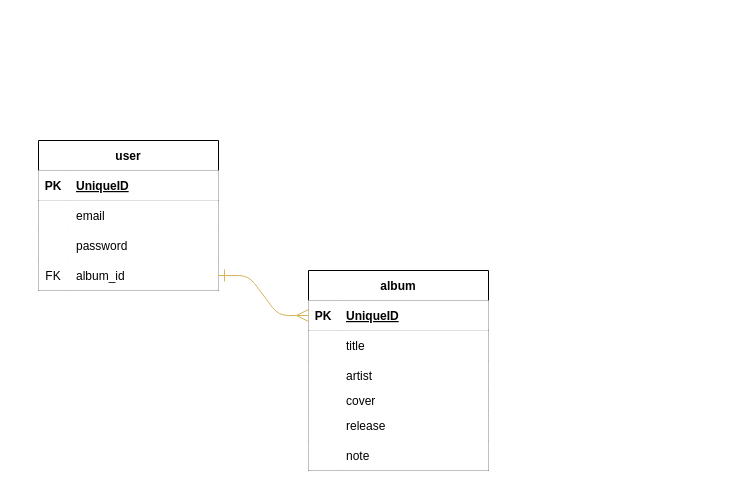
The draw.io diagram images/ERD.drawio in Tpalmer111/crispy-memory, before the edit. Source tidied: cells renumbered, new cells numbered last; positions are measured from the earlier drawing's top-left corner, leaving out a move shared by most shapes. Both pictures are drawn from the tidied source at 100%, with x=0, y=0 at pixel (38, 140).
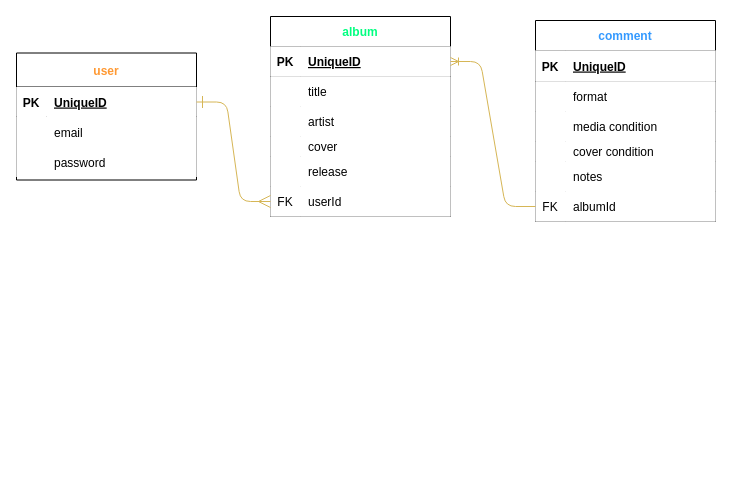
The same diagram, later.

The change refers to these unchanged cells:
```xml
<mxCell id="16" style="shape=partialRectangle;top=0;left=0;bottom=1;right=0;points=[[0,0.5],[1,0.5]];portConstraint=eastwest;" parent="15" vertex="1">
  <mxGeometry y="30" width="180" height="30" as="geometry" />
</mxCell>
<mxCell id="31" style="shape=partialRectangle;top=0;left=0;bottom=0;right=0;points=[[0,0.5],[1,0.5]];portConstraint=eastwest;" parent="15" vertex="1">
  <mxGeometry y="170" width="180" height="30" as="geometry" />
</mxCell>
```

Diff of the diagram source:
```diff
@@
-    <mxCell id="2" value="user" style="shape=table;startSize=30;childLayout=tableLayout;rowLines=0;fontStyle=1;align=center;" parent="1" vertex="1">
-      <mxGeometry width="180" height="150" as="geometry" />
+    <mxCell id="2" value="user" style="shape=table;startSize=34;childLayout=tableLayout;rowLines=0;fontStyle=1;align=center;fontColor=#FF9933;" parent="1" vertex="1">
+      <mxGeometry x="-22" y="-87.5" width="180" height="127" as="geometry" />
     </mxCell>
     <mxCell id="3" style="shape=partialRectangle;top=0;left=0;bottom=1;right=0;points=[[0,0.5],[1,0.5]];portConstraint=eastwest;" parent="2" vertex="1">
-      <mxGeometry y="30" width="180" height="30" as="geometry" />
+      <mxGeometry y="34" width="180" height="30" as="geometry" />
     </mxCell>
@@
     <mxCell id="6" style="shape=partialRectangle;top=0;left=0;bottom=0;right=0;" parent="2" vertex="1">
-      <mxGeometry y="60" width="180" height="30" as="geometry" />
+      <mxGeometry y="64" width="180" height="30" as="geometry" />
     </mxCell>
@@
     <mxCell id="9" style="shape=partialRectangle;top=0;left=0;bottom=0;right=0;" parent="2" vertex="1">
-      <mxGeometry y="90" width="180" height="30" as="geometry" />
+      <mxGeometry y="94" width="180" height="30" as="geometry" />
     </mxCell>
@@
-    <mxCell id="12" style="shape=partialRectangle;top=0;left=0;bottom=0;right=0;points=[[0,0.5],[1,0.5]];portConstraint=eastwest;" parent="2" vertex="1">
-      <mxGeometry y="120" width="180" height="30" as="geometry" />
-    </mxCell>
-    <mxCell id="13" value="FK" style="shape=partialRectangle;top=0;left=0;bottom=0;right=0;overflow=hidden;" parent="12" vertex="1">
-      <mxGeometry width="30" height="30" as="geometry" />
-    </mxCell>
-    <mxCell id="14" value="album_id" style="shape=partialRectangle;top=0;left=0;bottom=0;right=0;align=left;spacingLeft=6;overflow=hidden;" parent="12" vertex="1">
-      <mxGeometry x="30" width="150" height="30" as="geometry" />
-    </mxCell>
-    <mxCell id="15" value="album" style="shape=table;startSize=30;childLayout=tableLayout;rowLines=0;fontStyle=1;align=center;" parent="1" vertex="1">
-      <mxGeometry x="270" y="130" width="180" height="200" as="geometry" />
+    <mxCell id="15" value="album" style="shape=table;startSize=30;childLayout=tableLayout;rowLines=0;fontStyle=1;align=center;fontColor=#00FF80;" parent="1" vertex="1">
+      <mxGeometry x="232" y="-124" width="180" height="200" as="geometry" />
     </mxCell>
@@
-    <mxCell id="32" style="shape=partialRectangle;top=0;left=0;bottom=0;right=0;overflow=hidden;" parent="31" vertex="1">
+    <mxCell id="32" value="FK" style="shape=partialRectangle;top=0;left=0;bottom=0;right=0;overflow=hidden;" parent="31" vertex="1">
       <mxGeometry width="30" height="30" as="geometry" />
     </mxCell>
-    <mxCell id="33" value="note" style="shape=partialRectangle;top=0;left=0;bottom=0;right=0;align=left;spacingLeft=6;overflow=hidden;" parent="31" vertex="1">
+    <mxCell id="33" value="userId" style="shape=partialRectangle;top=0;left=0;bottom=0;right=0;align=left;spacingLeft=6;overflow=hidden;" parent="31" vertex="1">
       <mxGeometry x="30" width="150" height="30" as="geometry" />
     </mxCell>
-    <mxCell id="34" style="edgeStyle=entityRelationEdgeStyle;fontSize=12;html=1;endArrow=ERmany;endFill=0;exitX=1;exitY=0.5;exitDx=0;exitDy=0;endSize=10;startSize=10;startArrow=ERone;startFill=0;entryX=0;entryY=0.5;entryDx=0;entryDy=0;fillColor=#fff2cc;strokeColor=#d6b656;gradientColor=#ffd966;" parent="1" edge="1" source="12" target="16">
+    <mxCell id="34" style="edgeStyle=entityRelationEdgeStyle;fontSize=12;html=1;endArrow=ERmany;endFill=0;endSize=10;startSize=10;startArrow=ERone;startFill=0;fillColor=#fff2cc;strokeColor=#d6b656;gradientColor=#ffd966;entryX=0;entryY=0.5;entryDx=0;entryDy=0;" parent="1" edge="1" source="3" target="31">
       <mxGeometry relative="1" as="geometry" />
     </mxCell>
+    <mxCell id="35" value="comment" style="shape=table;startSize=30;childLayout=tableLayout;rowLines=0;fontStyle=1;align=center;fontColor=#3399FF;" parent="1" vertex="1">
+      <mxGeometry x="497" y="-120" width="180" height="201" as="geometry" />
+    </mxCell>
+    <mxCell id="36" style="shape=partialRectangle;top=0;left=0;bottom=1;right=0;" parent="35" vertex="1">
+      <mxGeometry y="30" width="180" height="31" as="geometry" />
+    </mxCell>
+    <mxCell id="37" value="PK" style="shape=partialRectangle;top=0;left=0;bottom=0;right=0;fontStyle=1;overflow=hidden;" parent="36" vertex="1">
+      <mxGeometry width="30" height="31" as="geometry" />
+    </mxCell>
+    <mxCell id="38" value="UniqueID" style="shape=partialRectangle;top=0;left=0;bottom=0;right=0;align=left;spacingLeft=6;fontStyle=5;overflow=hidden;" parent="36" vertex="1">
+      <mxGeometry x="30" width="150" height="31" as="geometry" />
+    </mxCell>
+    <mxCell id="39" style="shape=partialRectangle;top=0;left=0;bottom=0;right=0;" parent="35" vertex="1">
+      <mxGeometry y="61" width="180" height="30" as="geometry" />
+    </mxCell>
+    <mxCell id="40" style="shape=partialRectangle;top=0;left=0;bottom=0;right=0;overflow=hidden;" parent="39" vertex="1">
+      <mxGeometry width="30" height="30" as="geometry" />
+    </mxCell>
+    <mxCell id="41" value="format" style="shape=partialRectangle;top=0;left=0;bottom=0;right=0;align=left;spacingLeft=6;overflow=hidden;" parent="39" vertex="1">
+      <mxGeometry x="30" width="150" height="30" as="geometry" />
+    </mxCell>
+    <mxCell id="42" style="shape=partialRectangle;top=0;left=0;bottom=0;right=0;" parent="35" vertex="1">
+      <mxGeometry y="91" width="180" height="30" as="geometry" />
+    </mxCell>
+    <mxCell id="43" style="shape=partialRectangle;top=0;left=0;bottom=0;right=0;overflow=hidden;" parent="42" vertex="1">
+      <mxGeometry width="30" height="30" as="geometry" />
+    </mxCell>
+    <mxCell id="44" value="media condition" style="shape=partialRectangle;top=0;left=0;bottom=0;right=0;align=left;spacingLeft=6;overflow=hidden;" parent="42" vertex="1">
+      <mxGeometry x="30" width="150" height="30" as="geometry" />
+    </mxCell>
+    <mxCell id="45" style="shape=partialRectangle;top=0;left=0;bottom=0;right=0;" parent="35" vertex="1">
+      <mxGeometry y="121" width="180" height="20" as="geometry" />
+    </mxCell>
+    <mxCell id="46" style="shape=partialRectangle;top=0;left=0;bottom=0;right=0;overflow=hidden;" parent="45" vertex="1">
+      <mxGeometry width="30" height="20" as="geometry" />
+    </mxCell>
+    <mxCell id="47" value="cover condition" style="shape=partialRectangle;top=0;left=0;bottom=0;right=0;align=left;spacingLeft=6;overflow=hidden;" parent="45" vertex="1">
+      <mxGeometry x="30" width="150" height="20" as="geometry" />
+    </mxCell>
+    <mxCell id="48" style="shape=partialRectangle;top=0;left=0;bottom=0;right=0;" parent="35" vertex="1">
+      <mxGeometry y="141" width="180" height="30" as="geometry" />
+    </mxCell>
+    <mxCell id="49" style="shape=partialRectangle;top=0;left=0;bottom=0;right=0;overflow=hidden;" parent="48" vertex="1">
+      <mxGeometry width="30" height="30" as="geometry" />
+    </mxCell>
+    <mxCell id="50" value="notes" style="shape=partialRectangle;top=0;left=0;bottom=0;right=0;align=left;spacingLeft=6;overflow=hidden;" parent="48" vertex="1">
+      <mxGeometry x="30" width="150" height="30" as="geometry" />
+    </mxCell>
+    <mxCell id="51" style="shape=partialRectangle;top=0;left=0;bottom=0;right=0;points=[[0,0.5],[1,0.5]];portConstraint=eastwest;" parent="35" vertex="1">
+      <mxGeometry y="171" width="180" height="30" as="geometry" />
+    </mxCell>
+    <mxCell id="13" value="FK" style="shape=partialRectangle;top=0;left=0;bottom=0;right=0;overflow=hidden;" parent="51" vertex="1">
+      <mxGeometry width="30" height="30" as="geometry" />
+    </mxCell>
+    <mxCell id="52" value="albumId" style="shape=partialRectangle;top=0;left=0;bottom=0;right=0;align=left;spacingLeft=6;overflow=hidden;" parent="51" vertex="1">
+      <mxGeometry x="30" width="150" height="30" as="geometry" />
+    </mxCell>
+    <mxCell id="53" style="edgeStyle=entityRelationEdgeStyle;fontSize=12;html=1;endArrow=ERoneToMany;exitX=0;exitY=0.5;exitDx=0;exitDy=0;entryX=1;entryY=0.5;entryDx=0;entryDy=0;fillColor=#fff2cc;gradientColor=#ffd966;strokeColor=#D6B656;" parent="1" edge="1" source="51" target="16">
+      <mxGeometry relative="1" as="geometry" />
+    </mxCell>
```
